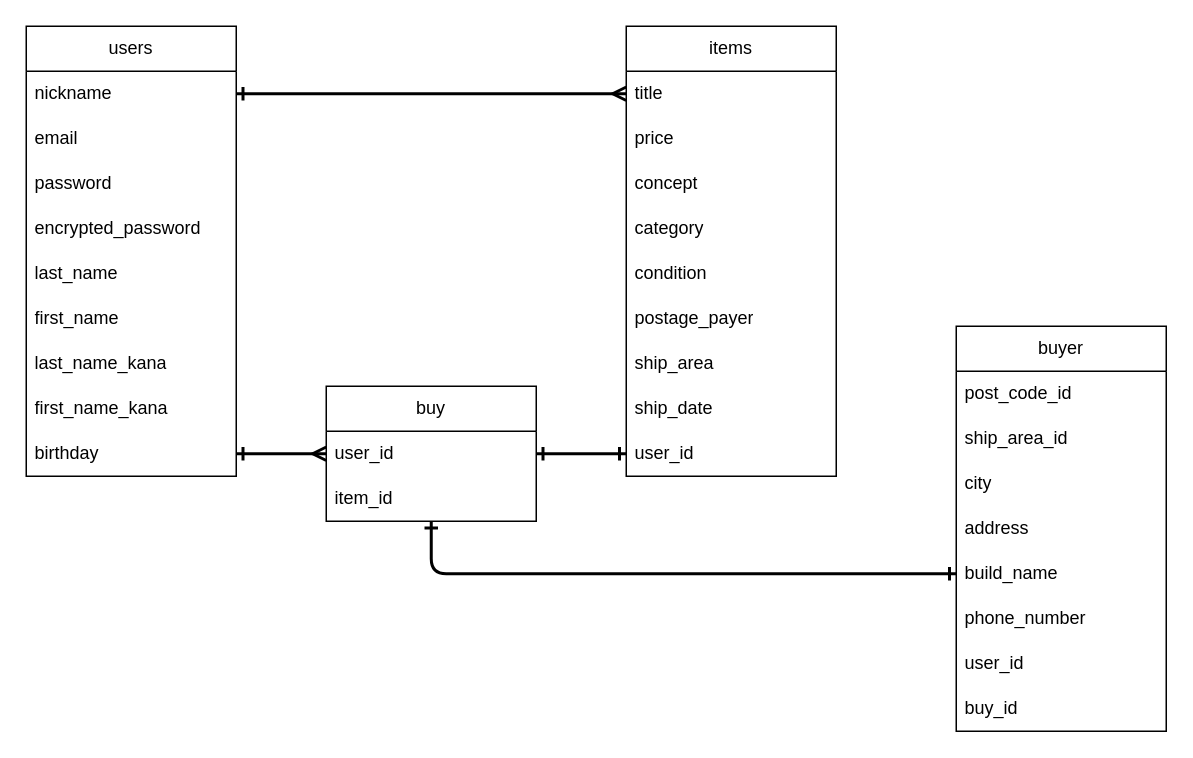
Earlier version of the draw.io diagram er.dio (nobuyuki-hirai/furima-38643). Source tidied: cells renumbered, new cells numbered last; positions are measured from the earlier drawing's top-left corner, leaving out a move shared by most shapes. Both pictures are drawn from the tidied source at 150%, with x=0, y=0 at pixel (26, 26).
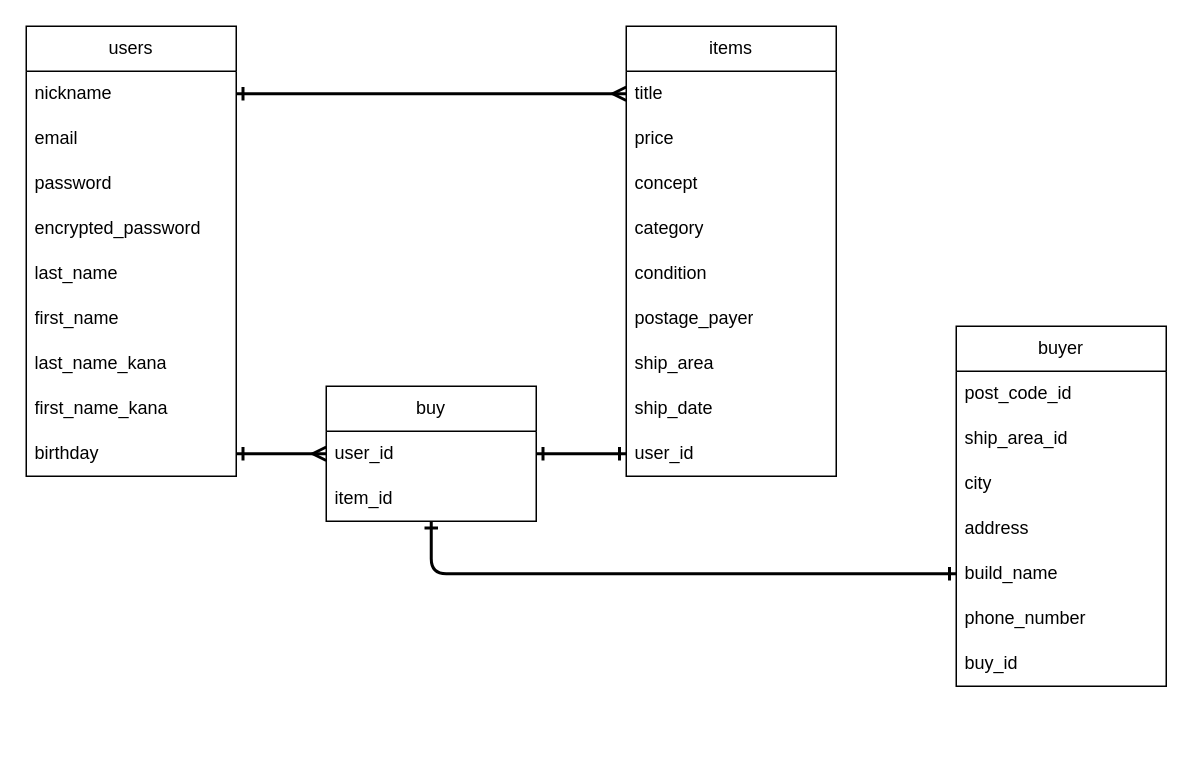
Above is the later version.

Commit message (it also covers changes not shown here):
buyerテーブルのカラム修正

What changed in the source:
```diff
@@
     <mxCell id="22" value="buyer" style="swimlane;fontStyle=0;horizontal=1;startSize=30;whiteSpace=wrap;html=1;" parent="1" vertex="1">
-      <mxGeometry x="620" y="200" width="140" height="270" as="geometry" />
+      <mxGeometry x="620" y="200" width="140" height="240" as="geometry" />
     </mxCell>
@@
-    <mxCell id="29" value="user_id" style="text;strokeColor=none;fillColor=none;align=left;verticalAlign=middle;spacingLeft=4;spacingRight=4;overflow=hidden;whiteSpace=wrap;html=1;" parent="22" vertex="1">
-      <mxGeometry y="210" width="140" height="30" as="geometry" />
-    </mxCell>
     <mxCell id="30" value="buy_id" style="text;strokeColor=none;fillColor=none;align=left;verticalAlign=middle;spacingLeft=4;spacingRight=4;overflow=hidden;whiteSpace=wrap;html=1;" parent="22" vertex="1">
-      <mxGeometry y="240" width="140" height="30" as="geometry" />
+      <mxGeometry y="210" width="140" height="30" as="geometry" />
     </mxCell>
```
